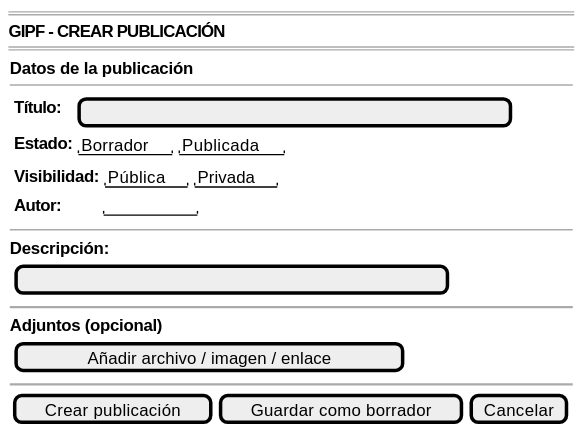
Before: documents/casosDeUso/detalle/coordinador/08-mis-publicaciones/crearPublicacion/prototipo/crearPublicacion-wireframe.svg, a diagram exported from PlantUML (31Diego/25-26-IdSw1-SdR).
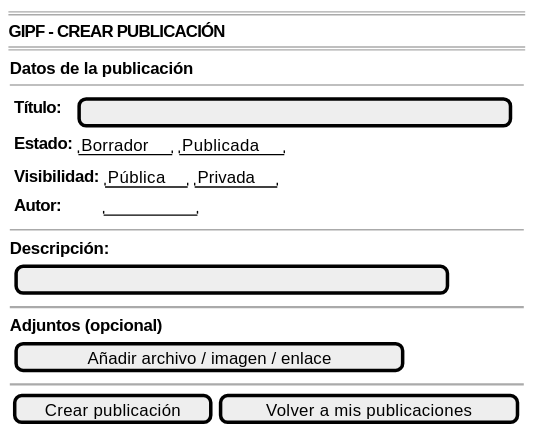
Later version of the same file.

What changed in the source:
```diff
@@ -32,7 +32,7 @@
 
         ~~
 
-        {[Crear publicación] | [Guardar como borrador] | [Cancelar]}
+        {[Crear publicación] | [Volver a mis publicaciones]}
     }
 }
 @endsalt
```
